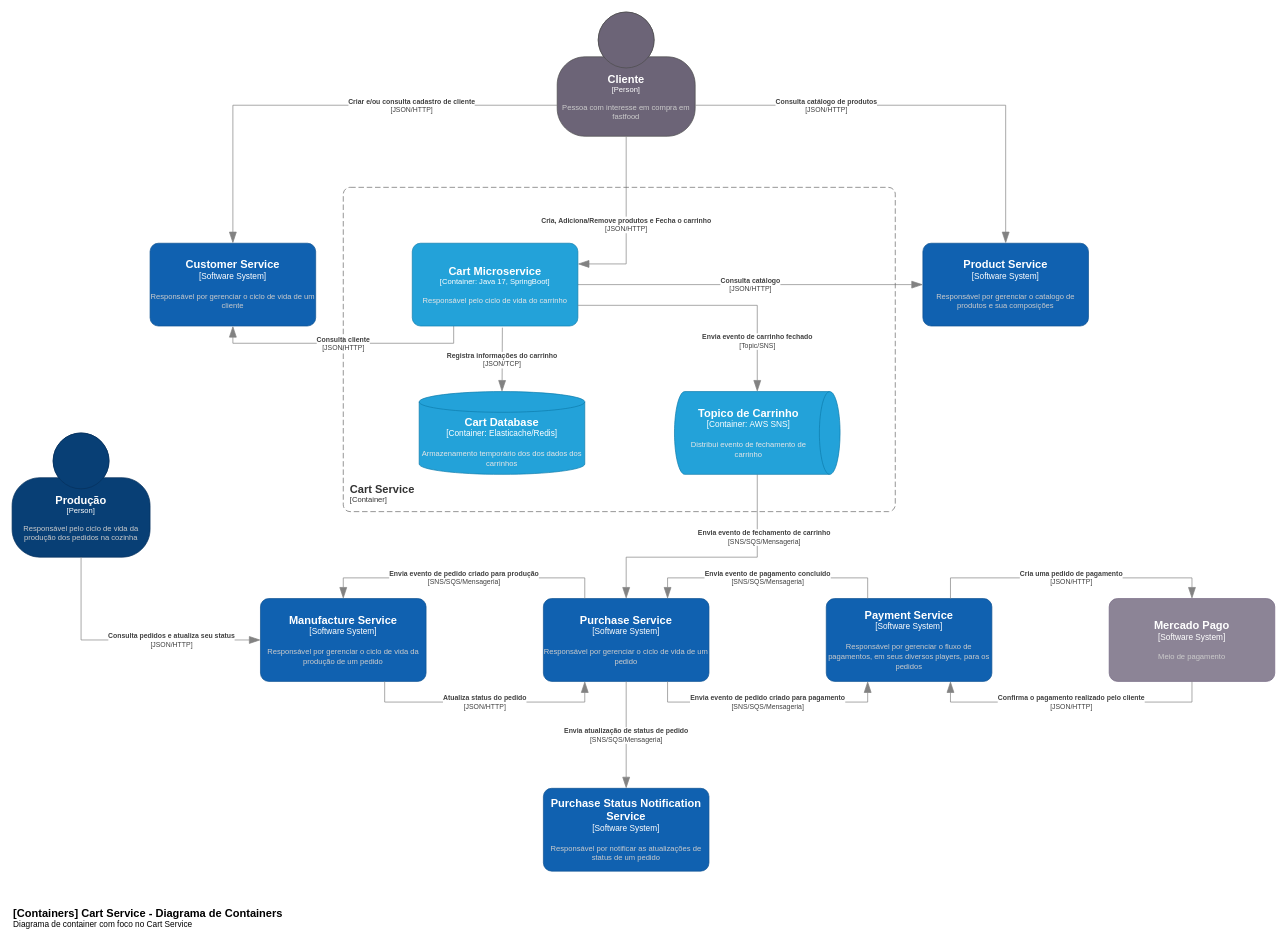
Earlier version of the draw.io diagram page "cart-service-c2_saga" (16 of 23) of documentation/tech-challenge-architecture.drawio (fiap-postech/tech-chalenge). Source tidied: cells renumbered, new cells numbered last; positions are measured from the earlier drawing's top-left corner, leaving out a move shared by most shapes. Both pictures are drawn from the tidied source at 69%, with x=0, y=0 at pixel (12, 12).
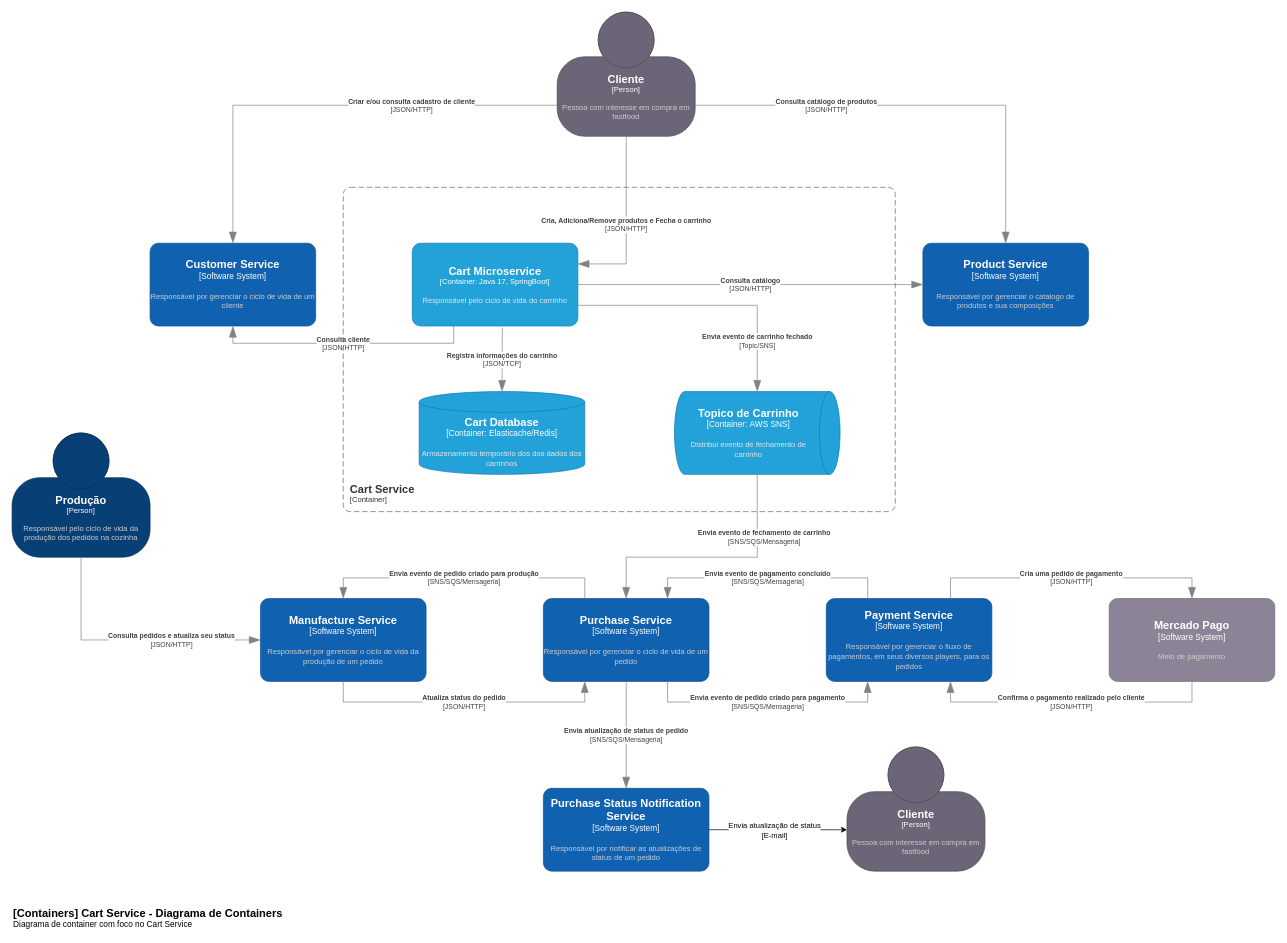
Above is the later version.

The change refers to these unchanged cells:
```xml
<object id="6" label="&lt;font style=&quot;font-size: 16px&quot;&gt;&lt;b&gt;%c4Name%&lt;/b&gt;&lt;/font&gt;&lt;div&gt;[%c4Type%]&lt;/div&gt;&lt;br&gt;&lt;div&gt;&lt;font style=&quot;font-size: 11px&quot;&gt;&lt;font color=&quot;#cccccc&quot;&gt;%c4Description%&lt;/font&gt;&lt;/div&gt;" c4Description="Responsável por gerenciar o ciclo de vida de um pedido" c4Name="Purchase Service" c4Type="Software System" placeholders="1">
  <mxCell style="rounded=1;whiteSpace=wrap;html=1;labelBackgroundColor=none;fillColor=#1061B0;fontColor=#ffffff;align=center;arcSize=10;strokeColor=#0D5091;points=[[0.25,0,0],[0.5,0,0],[0.75,0,0],[1,0.25,0],[1,0.5,0],[1,0.75,0],[0.75,1,0],[0.5,1,0],[0.25,1,0],[0,0.75,0],[0,0.5,0],[0,0.25,0]];" parent="1" vertex="1">
    <mxGeometry x="770" y="850" width="240" height="120" as="geometry" />
  </mxCell>
</object>
<object id="9" label="&lt;font style=&quot;font-size: 16px&quot;&gt;&lt;b&gt;%c4Name%&lt;/b&gt;&lt;/font&gt;&lt;div&gt;[%c4Type%]&lt;/div&gt;&lt;br&gt;&lt;div&gt;&lt;font style=&quot;font-size: 11px&quot;&gt;&lt;font color=&quot;#cccccc&quot;&gt;%c4Description%&lt;/font&gt;&lt;/div&gt;" c4Description="Responsável por gerenciar o ciclo de vida da produção de um pedido" c4Name="Manufacture Service" c4Type="Software System" placeholders="1">
  <mxCell style="rounded=1;whiteSpace=wrap;html=1;labelBackgroundColor=none;fillColor=#1061B0;fontColor=#ffffff;align=center;arcSize=10;strokeColor=#0D5091;points=[[0.25,0,0],[0.5,0,0],[0.75,0,0],[1,0.25,0],[1,0.5,0],[1,0.75,0],[0.75,1,0],[0.5,1,0],[0.25,1,0],[0,0.75,0],[0,0.5,0],[0,0.25,0]];" parent="1" vertex="1">
    <mxGeometry x="360" y="850" width="240" height="120" as="geometry" />
  </mxCell>
</object>
<object id="23" label="&lt;font style=&quot;font-size: 16px&quot;&gt;&lt;b&gt;%c4Name%&lt;/b&gt;&lt;/font&gt;&lt;div&gt;[%c4Type%]&lt;/div&gt;&lt;br&gt;&lt;div&gt;&lt;font style=&quot;font-size: 11px&quot;&gt;&lt;font color=&quot;#cccccc&quot;&gt;%c4Description%&lt;/font&gt;&lt;/div&gt;" c4Description="Responsável por notificar as atualizações de status de um pedido" c4Name="Purchase Status Notification Service" c4Type="Software System" placeholders="1">
  <mxCell style="rounded=1;whiteSpace=wrap;html=1;labelBackgroundColor=none;fillColor=#1061B0;fontColor=#ffffff;align=center;arcSize=10;strokeColor=#0D5091;points=[[0.25,0,0],[0.5,0,0],[0.75,0,0],[1,0.25,0],[1,0.5,0],[1,0.75,0],[0.75,1,0],[0.5,1,0],[0.25,1,0],[0,0.75,0],[0,0.5,0],[0,0.25,0]];" parent="1" vertex="1">
    <mxGeometry x="770" y="1125" width="240" height="120" as="geometry" />
  </mxCell>
</object>
```

What changed in the source:
```diff
@@
     <object id="18" label="&lt;div style=&quot;text-align: left&quot;&gt;&lt;div style=&quot;text-align: center&quot;&gt;&lt;b&gt;%c4Description%&lt;/b&gt;&lt;/div&gt;&lt;div style=&quot;text-align: center&quot;&gt;[%c4Technology%]&lt;/div&gt;&lt;/div&gt;" c4Description="Atualiza status do pedido" c4Technology="JSON/HTTP" placeholders="1">
-      <mxCell style="endArrow=blockThin;html=1;fontSize=10;fontColor=#404040;strokeWidth=1;endFill=1;strokeColor=#828282;elbow=vertical;endSize=14;startSize=14;jumpStyle=arc;jumpSize=16;rounded=0;edgeStyle=orthogonalEdgeStyle;entryX=0.25;entryY=1;entryDx=0;entryDy=0;entryPerimeter=0;exitX=0.75;exitY=1;exitDx=0;exitDy=0;exitPerimeter=0;" parent="1" edge="1" source="9" target="6">
+      <mxCell style="endArrow=blockThin;html=1;fontSize=10;fontColor=#404040;strokeWidth=1;endFill=1;strokeColor=#828282;elbow=vertical;endSize=14;startSize=14;jumpStyle=arc;jumpSize=16;rounded=0;edgeStyle=orthogonalEdgeStyle;entryX=0.25;entryY=1;entryDx=0;entryDy=0;entryPerimeter=0;" parent="1" edge="1" target="6">
         <mxGeometry relative="1" as="geometry">
+          <mxPoint x="480" y="970" as="sourcePoint" />
           <Array as="points">
-            <mxPoint x="540" y="1000" />
+            <mxPoint x="480" y="970" />
+            <mxPoint x="480" y="1000" />
             <mxPoint x="830" y="1000" />
           </Array>
         </mxGeometry>
       </mxCell>
     </object>
@@
+    <object id="32" label="&lt;font style=&quot;font-size: 16px&quot;&gt;&lt;b&gt;%c4Name%&lt;/b&gt;&lt;/font&gt;&lt;div&gt;[%c4Type%]&lt;/div&gt;&lt;br&gt;&lt;div&gt;&lt;font style=&quot;font-size: 11px&quot;&gt;&lt;font color=&quot;#cccccc&quot;&gt;%c4Description%&lt;/font&gt;&lt;/div&gt;" c4Description="Pessoa com interesse em compra em fastfood" c4Name="Cliente" c4Type="Person" placeholders="1">
+      <mxCell style="html=1;fontSize=11;dashed=0;whiteSpace=wrap;fillColor=#6C6477;strokeColor=#4D4D4D;fontColor=#ffffff;shape=mxgraph.c4.person2;align=center;points=[[0.5,0,0],[1,0.5,0],[1,0.75,0],[0.75,1,0],[0.5,1,0],[0.25,1,0],[0,0.75,0],[0,0.5,0]];" parent="1" vertex="1">
+        <mxGeometry x="1210" y="1065" width="200" height="180" as="geometry" />
+      </mxCell>
+    </object>
+    <mxCell id="33" style="edgeStyle=orthogonalEdgeStyle;rounded=0;jettySize=auto;html=1;entryX=0;entryY=0.667;entryDx=0;entryDy=0;entryPerimeter=0;exitX=1;exitY=0.5;exitDx=0;exitDy=0;exitPerimeter=0;" parent="1" edge="1" source="23" target="32">
+      <mxGeometry relative="1" as="geometry" />
+    </mxCell>
+    <mxCell id="34" value="Envia atualização de status&lt;br&gt;[E-mail]" style="edgeLabel;html=1;align=center;verticalAlign=middle;" parent="33" vertex="1">
+      <mxGeometry x="-0.06" y="-3" relative="1" as="geometry">
+        <mxPoint y="-3" as="offset" />
+      </mxGeometry>
+    </mxCell>
```
